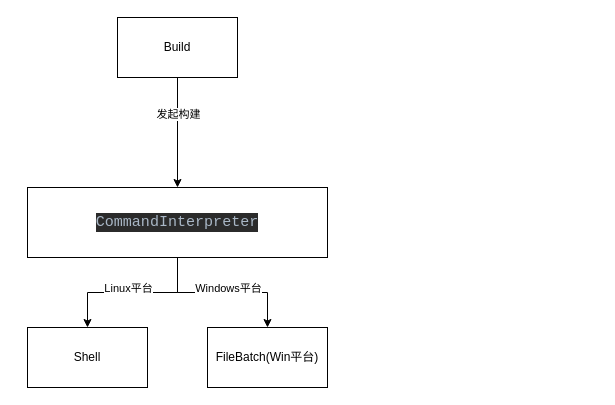
Before: jenkins/jenkins cmds.drawio in cherishsince/diagrams.net, a draw.io diagram. Source tidied: cells renumbered, new cells numbered last; positions are measured from the earlier drawing's top-left corner, leaving out a move shared by most shapes. Both pictures are drawn from the tidied source at 100%, with x=0, y=0 at pixel (27, 17).
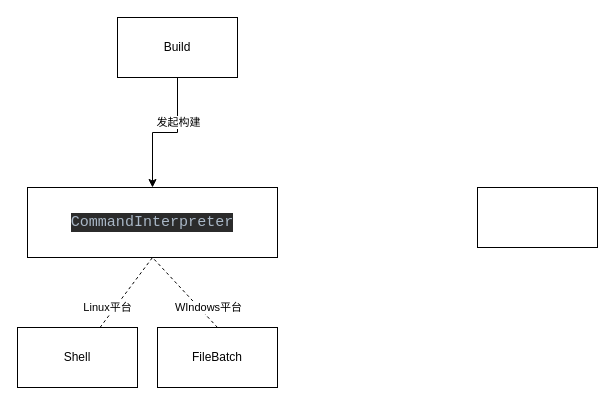
After the change.

What changed in the source:
```diff
@@
 <mxGraphModel>
   <root>
     <mxCell id="0" />
     <mxCell id="1" parent="0" />
-    <mxCell id="2" value="FileBatch(Win平台)" style="rounded=0;whiteSpace=wrap;html=1;" parent="1" vertex="1">
-      <mxGeometry x="180" y="310" width="120" height="60" as="geometry" />
+    <mxCell id="2" value="FileBatch" style="rounded=0;whiteSpace=wrap;html=1;" parent="1" vertex="1">
+      <mxGeometry x="130" y="310" width="120" height="60" as="geometry" />
     </mxCell>
     <mxCell id="3" style="edgeStyle=orthogonalEdgeStyle;rounded=0;jettySize=auto;html=1;" parent="1" edge="1" source="5" target="11">
       <mxGeometry relative="1" as="geometry" />
     </mxCell>
     <mxCell id="4" value="发起构建" style="edgeLabel;html=1;align=center;verticalAlign=middle;" parent="3" vertex="1">
       <mxGeometry x="-0.35" relative="1" as="geometry" />
     </mxCell>
     <mxCell id="5" value="Build" style="rounded=0;whiteSpace=wrap;html=1;" parent="1" vertex="1">
       <mxGeometry x="90" width="120" height="60" as="geometry" />
     </mxCell>
     <mxCell id="6" value="Shell" style="rounded=0;whiteSpace=wrap;html=1;" parent="1" vertex="1">
-      <mxGeometry y="310" width="120" height="60" as="geometry" />
+      <mxGeometry x="-10" y="310" width="120" height="60" as="geometry" />
     </mxCell>
-    <mxCell id="7" style="edgeStyle=orthogonalEdgeStyle;rounded=0;jettySize=auto;html=1;" parent="1" edge="1" source="11" target="6">
-      <mxGeometry relative="1" as="geometry" />
-    </mxCell>
+    <mxCell id="11" value="&lt;pre style=&quot;background-color: #2b2b2b ; color: #a9b7c6 ; font-family: &amp;#34;jetbrains mono&amp;#34; , monospace ; font-size: 11.3pt&quot;&gt;CommandInterpreter&lt;/pre&gt;" style="rounded=0;whiteSpace=wrap;html=1;" parent="1" vertex="1">
+      <mxGeometry y="170" width="250" height="70" as="geometry" />
+    </mxCell>
+    <mxCell id="12" style="rounded=0;whiteSpace=wrap;html=1;" parent="1" vertex="1">
+      <mxGeometry x="450" y="170" width="120" height="60" as="geometry" />
+    </mxCell>
+    <mxCell id="13" style="endArrow=none;dashed=1;html=1;entryX=0.5;entryY=1;entryDx=0;entryDy=0;" parent="1" edge="1" source="6" target="11">
+      <mxGeometry relative="1" as="geometry" />
+    </mxCell>
-    <mxCell id="8" value="Linux平台" style="edgeLabel;html=1;align=center;verticalAlign=middle;" parent="7" vertex="1">
-      <mxGeometry x="-0.3" relative="1" as="geometry">
-        <mxPoint x="-29" y="-5" as="offset" />
+    <mxCell id="8" value="Linux平台" style="edgeLabel;html=1;align=center;verticalAlign=middle;" parent="13" vertex="1">
+      <mxGeometry x="-0.09" y="2" relative="1" as="geometry">
+        <mxPoint x="-15" y="13" as="offset" />
       </mxGeometry>
     </mxCell>
-    <mxCell id="9" style="edgeStyle=orthogonalEdgeStyle;rounded=0;jettySize=auto;html=1;exitX=0.5;exitY=1;exitDx=0;exitDy=0;" parent="1" edge="1" source="11" target="2">
-      <mxGeometry relative="1" as="geometry" />
-    </mxCell>
-    <mxCell id="10" value="Windows平台" style="edgeLabel;html=1;align=center;verticalAlign=middle;" parent="9" vertex="1">
-      <mxGeometry x="0.35" y="-1" relative="1" as="geometry">
-        <mxPoint x="-23" y="-6" as="offset" />
-      </mxGeometry>
-    </mxCell>
-    <mxCell id="11" value="&lt;pre style=&quot;background-color: #2b2b2b ; color: #a9b7c6 ; font-family: &amp;#34;jetbrains mono&amp;#34; , monospace ; font-size: 11.3pt&quot;&gt;CommandInterpreter&lt;/pre&gt;" style="rounded=0;whiteSpace=wrap;html=1;" parent="1" vertex="1">
-      <mxGeometry y="170" width="300" height="70" as="geometry" />
-    </mxCell>
+    <mxCell id="14" style="endArrow=none;dashed=1;html=1;entryX=0.5;entryY=1;entryDx=0;entryDy=0;exitX=0.5;exitY=0;exitDx=0;exitDy=0;" parent="1" edge="1" source="2" target="11">
+      <mxGeometry relative="1" as="geometry" />
+    </mxCell>
+    <mxCell id="15" value="WIndows平台" style="edgeLabel;html=1;align=center;verticalAlign=middle;" parent="14" vertex="1">
+      <mxGeometry x="0.01" relative="1" as="geometry">
+        <mxPoint x="23" y="15" as="offset" />
+      </mxGeometry>
+    </mxCell>
   </root>
 </mxGraphModel>
```
